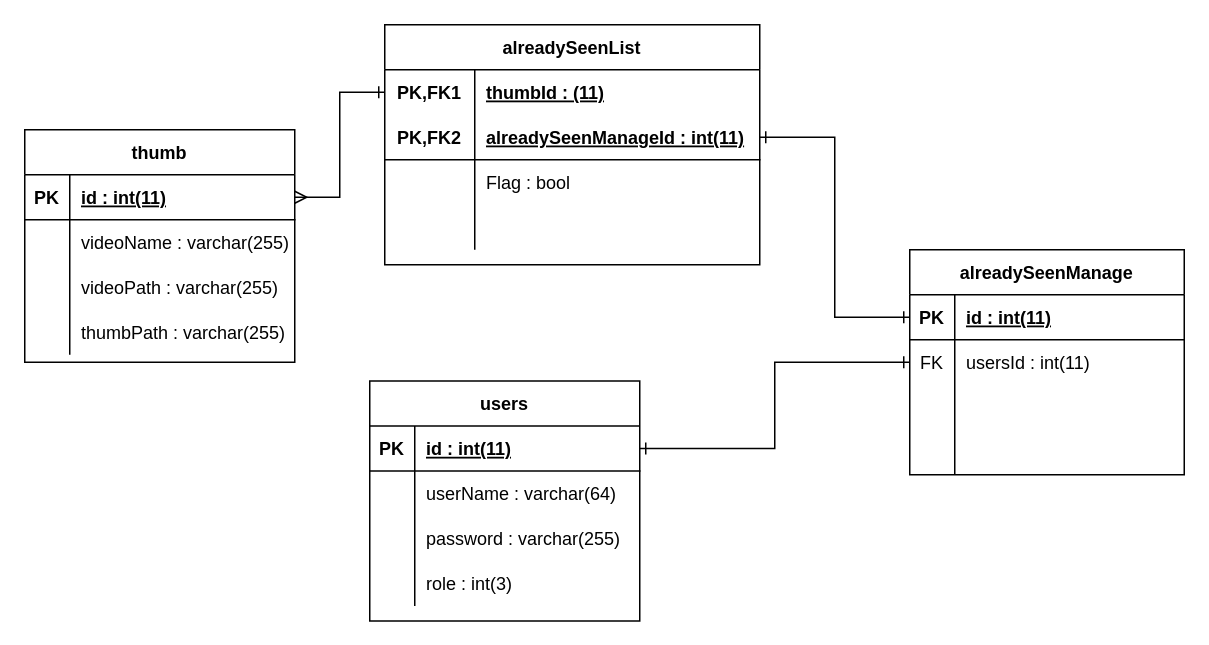
Before: database.drawio in ue8d/VideoServer, a draw.io diagram. Source tidied: cells renumbered, new cells numbered last; positions are measured from the earlier drawing's top-left corner, leaving out a move shared by most shapes. Both pictures are drawn from the tidied source at 150%, with x=0, y=0 at pixel (24, 24).
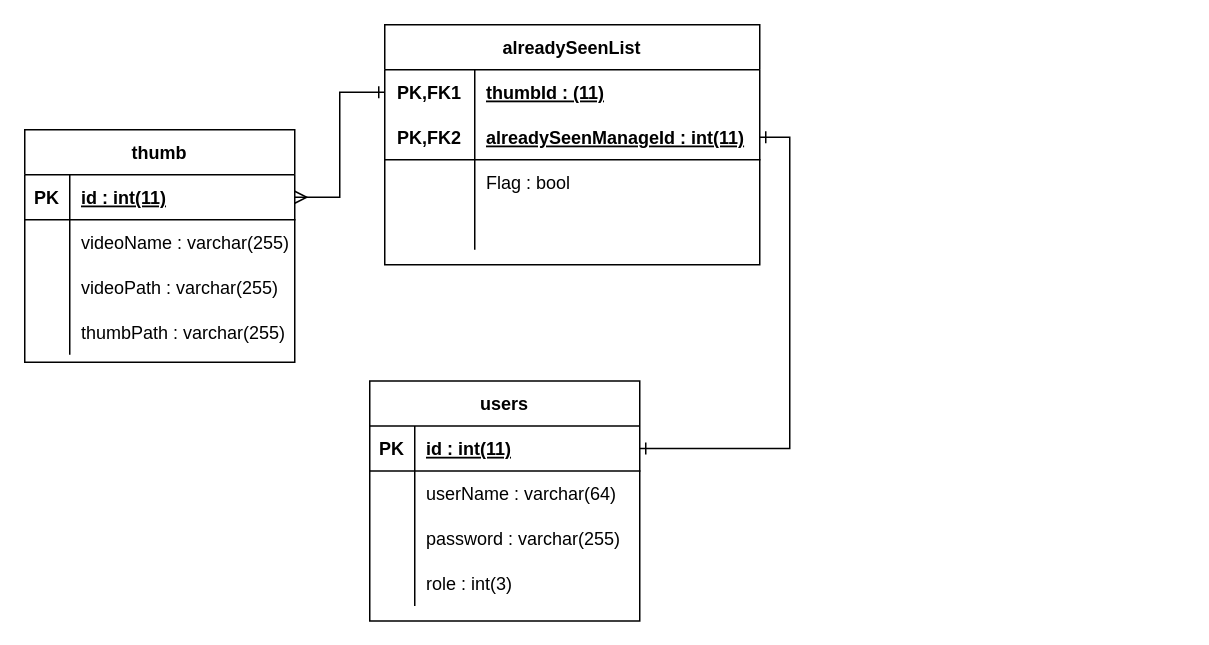
The same diagram, later.

Commit message:
テーブル構成の見直し

The change refers to these unchanged cells:
```xml
<mxCell id="4" style="shape=partialRectangle;fillColor=none;top=0;left=0;bottom=1;right=0;points=[[0,0.5],[1,0.5]];portConstraint=eastwest;" parent="3" vertex="1">
  <mxGeometry y="30" width="180" height="30" as="geometry" />
</mxCell>
<mxCell id="46" style="shape=partialRectangle;fillColor=none;top=0;left=0;bottom=1;right=0;points=[[0,0.5],[1,0.5]];portConstraint=eastwest;" parent="42" vertex="1">
  <mxGeometry y="60" width="250" height="30" as="geometry" />
</mxCell>
```

Change to the diagram source:
```diff
@@
-    <mxCell id="2" style="edgeStyle=orthogonalEdgeStyle;rounded=0;jettySize=auto;html=1;entryX=1;entryY=0.5;entryDx=0;entryDy=0;startArrow=ERone;startFill=0;endArrow=ERone;endFill=0;" parent="1" edge="1" source="20" target="4">
-      <mxGeometry relative="1" as="geometry" />
-    </mxCell>
@@
-    <mxCell id="16" value="alreadySeenManage" style="shape=table;startSize=30;childLayout=tableLayout;rowLines=0;fontStyle=1;align=center;" parent="1" vertex="1">
-      <mxGeometry x="590" y="150" width="183" height="150" as="geometry" />
-    </mxCell>
-    <mxCell id="17" style="shape=partialRectangle;fillColor=none;top=0;left=0;bottom=1;right=0;points=[[0,0.5],[1,0.5]];portConstraint=eastwest;" parent="16" vertex="1">
-      <mxGeometry y="30" width="183" height="30" as="geometry" />
-    </mxCell>
-    <mxCell id="18" value="PK" style="shape=partialRectangle;fillColor=none;top=0;left=0;bottom=0;right=0;fontStyle=1;overflow=hidden;" parent="17" vertex="1">
-      <mxGeometry width="30" height="30" as="geometry" />
-    </mxCell>
-    <mxCell id="19" value="id : int(11)" style="shape=partialRectangle;fillColor=none;top=0;left=0;bottom=0;right=0;align=left;spacingLeft=6;fontStyle=5;overflow=hidden;" parent="17" vertex="1">
-      <mxGeometry x="30" width="153" height="30" as="geometry" />
-    </mxCell>
-    <mxCell id="20" style="shape=partialRectangle;fillColor=none;top=0;left=0;bottom=0;right=0;points=[[0,0.5],[1,0.5]];portConstraint=eastwest;" parent="16" vertex="1">
-      <mxGeometry y="60" width="183" height="30" as="geometry" />
-    </mxCell>
-    <mxCell id="21" value="FK" style="shape=partialRectangle;fillColor=none;top=0;left=0;bottom=0;right=0;overflow=hidden;" parent="20" vertex="1">
-      <mxGeometry width="30" height="30" as="geometry" />
-    </mxCell>
-    <mxCell id="22" value="usersId : int(11)" style="shape=partialRectangle;fillColor=none;top=0;left=0;bottom=0;right=0;align=left;spacingLeft=6;overflow=hidden;" parent="20" vertex="1">
-      <mxGeometry x="30" width="153" height="30" as="geometry" />
-    </mxCell>
-    <mxCell id="23" style="shape=partialRectangle;fillColor=none;top=0;left=0;bottom=0;right=0;" parent="16" vertex="1">
-      <mxGeometry y="90" width="183" height="30" as="geometry" />
-    </mxCell>
-    <mxCell id="24" style="shape=partialRectangle;fillColor=none;top=0;left=0;bottom=0;right=0;overflow=hidden;" parent="23" vertex="1">
-      <mxGeometry width="30" height="30" as="geometry" />
-    </mxCell>
-    <mxCell id="25" style="shape=partialRectangle;fillColor=none;top=0;left=0;bottom=0;right=0;align=left;spacingLeft=6;overflow=hidden;" parent="23" vertex="1">
-      <mxGeometry x="30" width="153" height="30" as="geometry" />
-    </mxCell>
-    <mxCell id="26" style="shape=partialRectangle;fillColor=none;top=0;left=0;bottom=0;right=0;" parent="16" vertex="1">
-      <mxGeometry y="120" width="183" height="30" as="geometry" />
-    </mxCell>
-    <mxCell id="27" style="shape=partialRectangle;fillColor=none;top=0;left=0;bottom=0;right=0;overflow=hidden;" parent="26" vertex="1">
-      <mxGeometry width="30" height="30" as="geometry" />
-    </mxCell>
-    <mxCell id="28" style="shape=partialRectangle;fillColor=none;top=0;left=0;bottom=0;right=0;align=left;spacingLeft=6;overflow=hidden;" parent="26" vertex="1">
-      <mxGeometry x="30" width="153" height="30" as="geometry" />
-    </mxCell>
@@
-    <mxCell id="56" style="edgeStyle=orthogonalEdgeStyle;rounded=0;jettySize=auto;html=1;startArrow=ERone;startFill=0;endArrow=ERone;endFill=0;" parent="1" edge="1" source="46" target="17">
+    <mxCell id="56" style="edgeStyle=orthogonalEdgeStyle;rounded=0;jettySize=auto;html=1;entryX=1;entryY=0.5;entryDx=0;entryDy=0;endArrow=ERone;endFill=0;startArrow=ERone;startFill=0;" parent="1" edge="1" source="4" target="46">
       <mxGeometry relative="1" as="geometry" />
     </mxCell>
```
